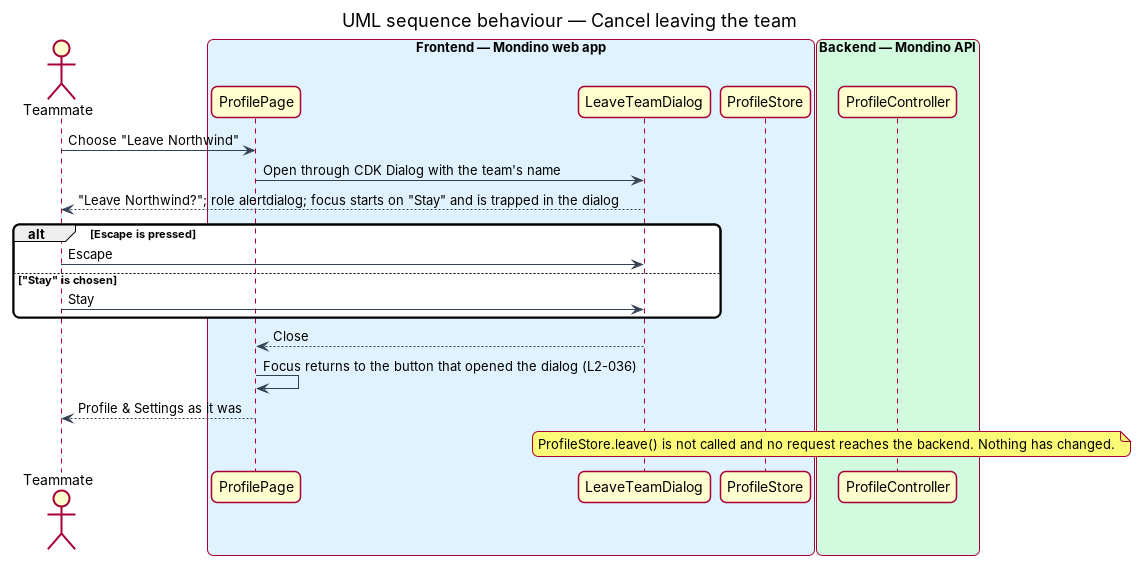
This is docs/detailed-designs/profile/leave-team/diagrams/sequence-cancel-leave.png from QuinntyneBrown/Mondino, a PlantUML export, as it was before one commit. Its source is kept beside it as docs/detailed-designs/profile/leave-team/diagrams/sequence-cancel-leave.puml. Source of this version:
```plantuml
@startuml
title UML sequence behaviour — Cancel leaving the team
skinparam backgroundColor #FFFFFF
skinparam shadowing false
skinparam roundcorner 12
skinparam defaultFontName Arial
skinparam ArrowColor #344054
skinparam rectangle {
  BorderColor #344054
  FontColor #101828
}
skinparam package {
  BorderColor #667085
  FontColor #101828
  BackgroundColor #F9FAFB
}
actor "Teammate" as actor
box "Frontend — Mondino web app" #E0F2FE
  participant "ProfilePage" as page
  participant "LeaveTeamDialog" as dialog
  participant "ProfileStore" as store
end box
box "Backend — Mondino API" #D1FADF
  participant "ProfileController" as controller
end box
actor -> page : Choose "Leave Northwind"
page -> dialog : Open through CDK Dialog with the team's name
dialog --> actor : "Leave Northwind?"; role alertdialog; focus starts on "Stay" and is trapped in the dialog
alt Escape is pressed
  actor -> dialog : Escape
else "Stay" is chosen
  actor -> dialog : Stay
end
dialog --> page : Close
page -> page : Focus returns to the button that opened the dialog (L2-036)
page --> actor : Profile & Settings as it was
note over store, controller : ProfileStore.leave() is not called and no request reaches the backend. Nothing has changed.
@enduml
```
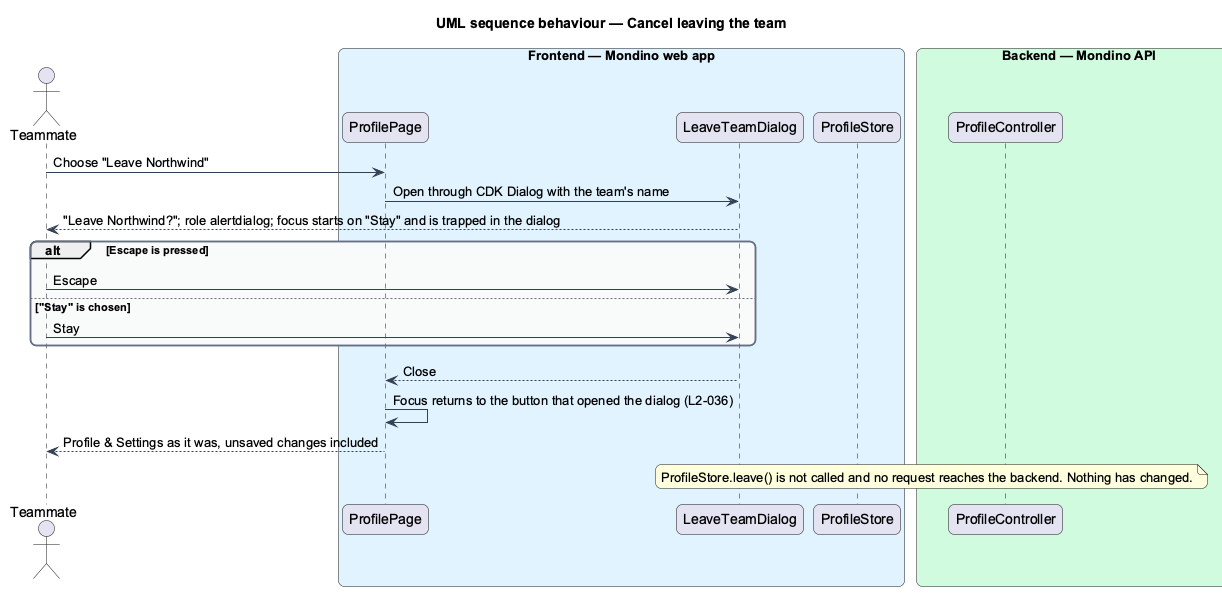
The same file after the commit.

Diff of the diagram source:
```diff
@@ -33,6 +33,6 @@
 end
 dialog --> page : Close
 page -> page : Focus returns to the button that opened the dialog (L2-036)
-page --> actor : Profile & Settings as it was
+page --> actor : Profile & Settings as it was, unsaved changes included
 note over store, controller : ProfileStore.leave() is not called and no request reaches the backend. Nothing has changed.
 @enduml
```
